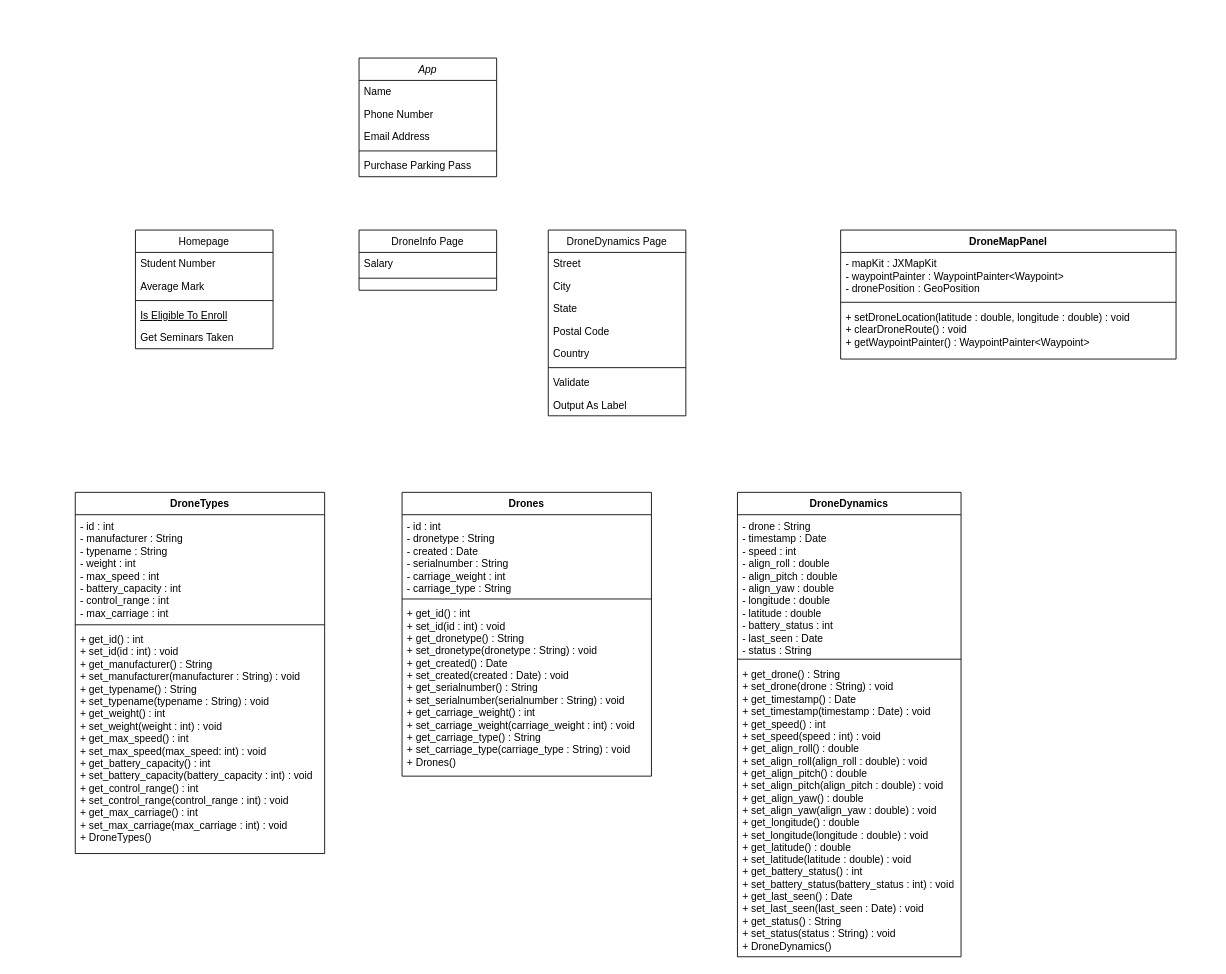
Before: Unbenanntes Diagramm.drawio in TriesteCitizen/Drone-Simulator-Project, a draw.io diagram. Source tidied: cells renumbered, new cells numbered last; positions are measured from the earlier drawing's top-left corner, leaving out a move shared by most shapes. Both pictures are drawn from the tidied source at 86%, with x=0, y=0 at pixel (75, 58).
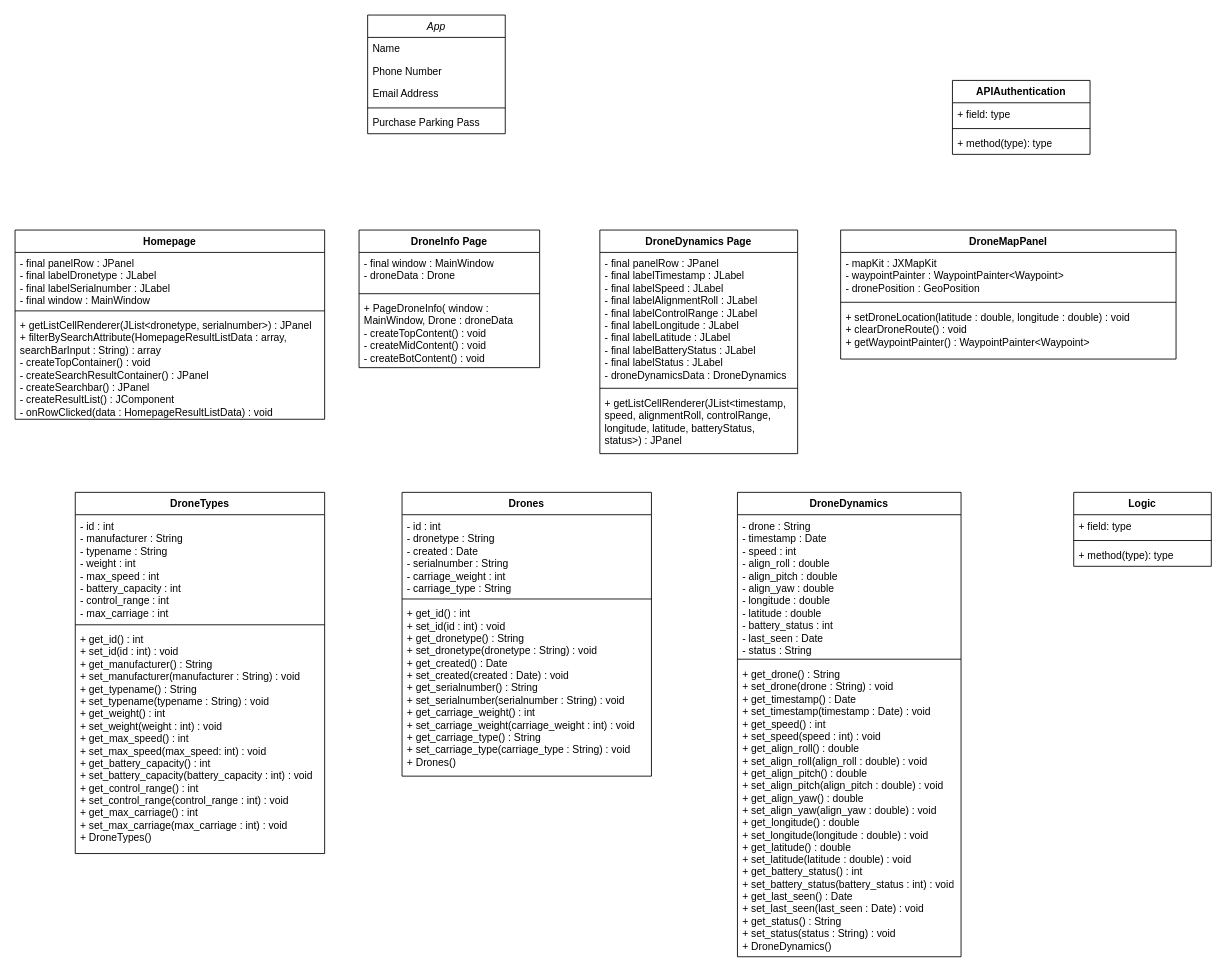
The same page after the edit.

What changed in the source:
```diff
@@
     <mxCell id="2" value="App" style="swimlane;fontStyle=2;align=center;verticalAlign=top;horizontal=1;startSize=26;rounded=0;shadow=0;strokeWidth=1;" parent="1" vertex="1">
-      <mxGeometry x="330" width="160" height="138" as="geometry" />
+      <mxGeometry x="340" y="-50" width="160" height="138" as="geometry" />
     </mxCell>
@@
-    <mxCell id="8" value="Homepage" style="swimlane;fontStyle=0;align=center;verticalAlign=top;horizontal=1;startSize=26;rounded=0;shadow=0;strokeWidth=1;" parent="1" vertex="1">
-      <mxGeometry x="70" y="200" width="160" height="138" as="geometry" />
-    </mxCell>
-    <mxCell id="9" value="Student Number" style="text;align=left;verticalAlign=top;spacingLeft=4;spacingRight=4;overflow=hidden;" parent="8" vertex="1">
-      <mxGeometry y="26" width="160" height="26" as="geometry" />
-    </mxCell>
-    <mxCell id="10" value="Average Mark" style="text;align=left;verticalAlign=top;spacingLeft=4;spacingRight=4;overflow=hidden;rounded=0;shadow=0;html=0;" parent="8" vertex="1">
-      <mxGeometry y="52" width="160" height="26" as="geometry" />
-    </mxCell>
-    <mxCell id="11" style="line;html=1;strokeWidth=1;align=left;verticalAlign=middle;spacingTop=-1;spacingLeft=3;spacingRight=3;labelPosition=right;" parent="8" vertex="1">
-      <mxGeometry y="78" width="160" height="8" as="geometry" />
-    </mxCell>
-    <mxCell id="12" value="Is Eligible To Enroll" style="text;align=left;verticalAlign=top;spacingLeft=4;spacingRight=4;overflow=hidden;fontStyle=4;" parent="8" vertex="1">
-      <mxGeometry y="86" width="160" height="26" as="geometry" />
-    </mxCell>
-    <mxCell id="13" value="Get Seminars Taken" style="text;align=left;verticalAlign=top;spacingLeft=4;spacingRight=4;overflow=hidden;" parent="8" vertex="1">
-      <mxGeometry y="112" width="160" height="26" as="geometry" />
-    </mxCell>
-    <mxCell id="14" value="DroneInfo Page" style="swimlane;fontStyle=0;align=center;verticalAlign=top;horizontal=1;startSize=26;rounded=0;shadow=0;strokeWidth=1;" parent="1" vertex="1">
-      <mxGeometry x="330" y="200" width="160" height="70" as="geometry" />
-    </mxCell>
-    <mxCell id="15" value="Salary" style="text;align=left;verticalAlign=top;spacingLeft=4;spacingRight=4;overflow=hidden;" parent="14" vertex="1">
-      <mxGeometry y="26" width="160" height="26" as="geometry" />
-    </mxCell>
-    <mxCell id="16" style="line;html=1;strokeWidth=1;align=left;verticalAlign=middle;spacingTop=-1;spacingLeft=3;spacingRight=3;labelPosition=right;" parent="14" vertex="1">
-      <mxGeometry y="52" width="160" height="8" as="geometry" />
-    </mxCell>
-    <mxCell id="17" value="DroneDynamics Page" style="swimlane;fontStyle=0;align=center;verticalAlign=top;horizontal=1;startSize=26;rounded=0;shadow=0;strokeWidth=1;" parent="1" vertex="1">
-      <mxGeometry x="550" y="200" width="160" height="216" as="geometry" />
-    </mxCell>
-    <mxCell id="18" value="Street" style="text;align=left;verticalAlign=top;spacingLeft=4;spacingRight=4;overflow=hidden;" parent="17" vertex="1">
-      <mxGeometry y="26" width="160" height="26" as="geometry" />
-    </mxCell>
-    <mxCell id="19" value="City" style="text;align=left;verticalAlign=top;spacingLeft=4;spacingRight=4;overflow=hidden;rounded=0;shadow=0;html=0;" parent="17" vertex="1">
-      <mxGeometry y="52" width="160" height="26" as="geometry" />
-    </mxCell>
-    <mxCell id="20" value="State" style="text;align=left;verticalAlign=top;spacingLeft=4;spacingRight=4;overflow=hidden;rounded=0;shadow=0;html=0;" parent="17" vertex="1">
-      <mxGeometry y="78" width="160" height="26" as="geometry" />
-    </mxCell>
-    <mxCell id="21" value="Postal Code" style="text;align=left;verticalAlign=top;spacingLeft=4;spacingRight=4;overflow=hidden;rounded=0;shadow=0;html=0;" parent="17" vertex="1">
-      <mxGeometry y="104" width="160" height="26" as="geometry" />
-    </mxCell>
-    <mxCell id="22" value="Country" style="text;align=left;verticalAlign=top;spacingLeft=4;spacingRight=4;overflow=hidden;rounded=0;shadow=0;html=0;" parent="17" vertex="1">
-      <mxGeometry y="130" width="160" height="26" as="geometry" />
-    </mxCell>
-    <mxCell id="23" style="line;html=1;strokeWidth=1;align=left;verticalAlign=middle;spacingTop=-1;spacingLeft=3;spacingRight=3;labelPosition=right;" parent="17" vertex="1">
-      <mxGeometry y="156" width="160" height="8" as="geometry" />
-    </mxCell>
-    <mxCell id="24" value="Validate" style="text;align=left;verticalAlign=top;spacingLeft=4;spacingRight=4;overflow=hidden;" parent="17" vertex="1">
-      <mxGeometry y="164" width="160" height="26" as="geometry" />
-    </mxCell>
-    <mxCell id="25" value="Output As Label" style="text;align=left;verticalAlign=top;spacingLeft=4;spacingRight=4;overflow=hidden;" parent="17" vertex="1">
-      <mxGeometry y="190" width="160" height="26" as="geometry" />
-    </mxCell>
@@
+    <mxCell id="42" value="Logic" style="swimlane;fontStyle=1;align=center;verticalAlign=top;horizontal=1;startSize=26;whiteSpace=wrap;html=1;" parent="1" vertex="1">
+      <mxGeometry x="1161" y="505" width="160" height="86" as="geometry" />
+    </mxCell>
+    <mxCell id="43" value="+ field: type" style="text;strokeColor=none;fillColor=none;align=left;verticalAlign=top;spacingLeft=4;spacingRight=4;overflow=hidden;whiteSpace=wrap;html=1;" parent="42" vertex="1">
+      <mxGeometry y="26" width="160" height="26" as="geometry" />
+    </mxCell>
+    <mxCell id="44" style="line;strokeWidth=1;fillColor=none;align=left;verticalAlign=middle;spacingTop=-1;spacingLeft=3;spacingRight=3;labelPosition=right;strokeColor=inherit;" parent="42" vertex="1">
+      <mxGeometry y="52" width="160" height="8" as="geometry" />
+    </mxCell>
+    <mxCell id="45" value="+ method(type): type" style="text;strokeColor=none;fillColor=none;align=left;verticalAlign=top;spacingLeft=4;spacingRight=4;overflow=hidden;whiteSpace=wrap;html=1;" parent="42" vertex="1">
+      <mxGeometry y="60" width="160" height="26" as="geometry" />
+    </mxCell>
+    <mxCell id="46" value="APIAuthentication" style="swimlane;fontStyle=1;align=center;verticalAlign=top;horizontal=1;startSize=26;whiteSpace=wrap;html=1;" parent="1" vertex="1">
+      <mxGeometry x="1020" y="26" width="160" height="86" as="geometry" />
+    </mxCell>
+    <mxCell id="47" value="+ field: type" style="text;strokeColor=none;fillColor=none;align=left;verticalAlign=top;spacingLeft=4;spacingRight=4;overflow=hidden;whiteSpace=wrap;html=1;" parent="46" vertex="1">
+      <mxGeometry y="26" width="160" height="26" as="geometry" />
+    </mxCell>
+    <mxCell id="48" style="line;strokeWidth=1;fillColor=none;align=left;verticalAlign=middle;spacingTop=-1;spacingLeft=3;spacingRight=3;labelPosition=right;strokeColor=inherit;" parent="46" vertex="1">
+      <mxGeometry y="52" width="160" height="8" as="geometry" />
+    </mxCell>
+    <mxCell id="49" value="+ method(type): type" style="text;strokeColor=none;fillColor=none;align=left;verticalAlign=top;spacingLeft=4;spacingRight=4;overflow=hidden;whiteSpace=wrap;html=1;" parent="46" vertex="1">
+      <mxGeometry y="60" width="160" height="26" as="geometry" />
+    </mxCell>
+    <mxCell id="8" value="Homepage" style="swimlane;fontStyle=1;align=center;verticalAlign=top;horizontal=1;startSize=26;whiteSpace=wrap;html=1;" parent="1" vertex="1">
+      <mxGeometry x="-70" y="200" width="360" height="220" as="geometry" />
+    </mxCell>
+    <mxCell id="50" value="&lt;div&gt;- final panelRow : JPanel&lt;/div&gt;&lt;div&gt;- final labelDronetype : JLabel&lt;/div&gt;&lt;div&gt;- final labelSerialnumber : JLabel&lt;/div&gt;&lt;div&gt;- final window : MainWindow&lt;br&gt;&lt;/div&gt;" style="text;strokeColor=none;fillColor=none;align=left;verticalAlign=top;spacingLeft=4;spacingRight=4;overflow=hidden;whiteSpace=wrap;html=1;" parent="8" vertex="1">
+      <mxGeometry y="26" width="360" height="64" as="geometry" />
+    </mxCell>
+    <mxCell id="51" style="line;strokeWidth=1;fillColor=none;align=left;verticalAlign=middle;spacingTop=-1;spacingLeft=3;spacingRight=3;labelPosition=right;strokeColor=inherit;" parent="8" vertex="1">
+      <mxGeometry y="90" width="360" height="8" as="geometry" />
+    </mxCell>
+    <mxCell id="52" value="&lt;div&gt;+ getListCellRenderer(JList&amp;lt;dronetype, serialnumber&amp;gt;) : JPanel&lt;br&gt;&lt;/div&gt;&lt;div&gt;+ filterBySearchAttribute(HomepageResultListData : array, searchBarInput : String) : array&lt;/div&gt;&lt;div&gt;- createTopContainer() : void&lt;/div&gt;&lt;div&gt;- createSearchResultContainer() : JPanel&lt;/div&gt;&lt;div&gt;- createSearchbar() : JPanel&lt;/div&gt;&lt;div&gt;- createResultList() : JComponent&lt;br&gt;&lt;/div&gt;&lt;div&gt;- onRowClicked(data : HomepageResultListData) : void&lt;br&gt;&lt;/div&gt;" style="text;strokeColor=none;fillColor=none;align=left;verticalAlign=top;spacingLeft=4;spacingRight=4;overflow=hidden;whiteSpace=wrap;html=1;" parent="8" vertex="1">
+      <mxGeometry y="98" width="360" height="122" as="geometry" />
+    </mxCell>
+    <mxCell id="14" value="DroneInfo Page" style="swimlane;fontStyle=1;align=center;verticalAlign=top;horizontal=1;startSize=26;whiteSpace=wrap;html=1;" parent="1" vertex="1">
+      <mxGeometry x="330" y="200" width="210" height="160" as="geometry" />
+    </mxCell>
+    <mxCell id="53" value="&lt;div&gt;- final window : MainWindow&lt;br&gt;&lt;/div&gt;&lt;div&gt;- droneData : Drone&lt;br&gt;&lt;/div&gt;" style="text;strokeColor=none;fillColor=none;align=left;verticalAlign=top;spacingLeft=4;spacingRight=4;overflow=hidden;whiteSpace=wrap;html=1;" parent="14" vertex="1">
+      <mxGeometry y="26" width="210" height="44" as="geometry" />
+    </mxCell>
+    <mxCell id="54" style="line;strokeWidth=1;fillColor=none;align=left;verticalAlign=middle;spacingTop=-1;spacingLeft=3;spacingRight=3;labelPosition=right;strokeColor=inherit;" parent="14" vertex="1">
+      <mxGeometry y="70" width="210" height="8" as="geometry" />
+    </mxCell>
+    <mxCell id="55" value="&lt;div&gt;+ PageDroneInfo( window : MainWindow, Drone : droneData&lt;/div&gt;&lt;div&gt;- createTopContent() : void&lt;/div&gt;&lt;div&gt;- createMidContent() : void&lt;/div&gt;&lt;div&gt;- createBotContent() : void&lt;br&gt;&lt;/div&gt;" style="text;strokeColor=none;fillColor=none;align=left;verticalAlign=top;spacingLeft=4;spacingRight=4;overflow=hidden;whiteSpace=wrap;html=1;" parent="14" vertex="1">
+      <mxGeometry y="78" width="210" height="82" as="geometry" />
+    </mxCell>
+    <mxCell id="17" value="DroneDynamics Page" style="swimlane;fontStyle=1;align=center;verticalAlign=top;horizontal=1;startSize=26;whiteSpace=wrap;html=1;" parent="1" vertex="1">
+      <mxGeometry x="610" y="200" width="230" height="260" as="geometry" />
+    </mxCell>
+    <mxCell id="56" value="&lt;div&gt;- final panelRow : JPanel&lt;/div&gt;&lt;div&gt;- final labelTimestamp : JLabel&lt;/div&gt;&lt;div&gt;- final labelSpeed : JLabel&lt;/div&gt;&lt;div&gt;- final labelAlignmentRoll : JLabel&lt;/div&gt;&lt;div&gt;- final labelControlRange : JLabel&lt;/div&gt;&lt;div&gt;- final labelLongitude : JLabel&lt;/div&gt;&lt;div&gt;- final labelLatitude : JLabel&lt;/div&gt;&lt;div&gt;- final labelBatteryStatus : JLabel&lt;/div&gt;&lt;div&gt;- final labelStatus : JLabel&lt;br&gt;&lt;/div&gt;&lt;div&gt;- droneDynamicsData : DroneDynamics&lt;/div&gt;&lt;div&gt;&lt;br&gt;&lt;/div&gt;" style="text;strokeColor=none;fillColor=none;align=left;verticalAlign=top;spacingLeft=4;spacingRight=4;overflow=hidden;whiteSpace=wrap;html=1;" parent="17" vertex="1">
+      <mxGeometry y="26" width="230" height="154" as="geometry" />
+    </mxCell>
+    <mxCell id="57" style="line;strokeWidth=1;fillColor=none;align=left;verticalAlign=middle;spacingTop=-1;spacingLeft=3;spacingRight=3;labelPosition=right;strokeColor=inherit;" parent="17" vertex="1">
+      <mxGeometry y="180" width="230" height="8" as="geometry" />
+    </mxCell>
+    <mxCell id="58" value="&lt;div&gt;+ getListCellRenderer(JList&amp;lt;timestamp, speed, alignmentRoll, controlRange, longitude, latitude, batteryStatus, status&amp;gt;) : JPanel&lt;br&gt;&lt;/div&gt;" style="text;strokeColor=none;fillColor=none;align=left;verticalAlign=top;spacingLeft=4;spacingRight=4;overflow=hidden;whiteSpace=wrap;html=1;" parent="17" vertex="1">
+      <mxGeometry y="188" width="230" height="72" as="geometry" />
+    </mxCell>
```
